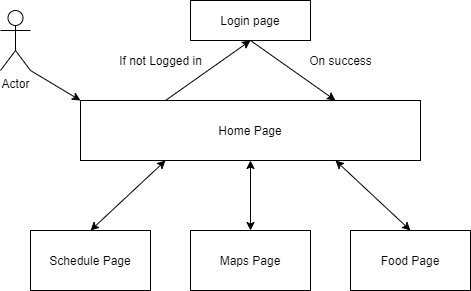
awebsters/qlink keeps this draw.io diagram as docs/front-end-basic-interaction.png. Above is the earlier version. Source tidied: cells renumbered, new cells last; positions are measured from the earlier drawing's top-left corner, leaving out a move shared by most shapes. Source of this version:
```xml
<mxGraphModel>
  <root>
    <mxCell id="0" />
    <mxCell id="1" parent="0" />
    <mxCell id="2" value="Actor" style="shape=umlActor;verticalLabelPosition=bottom;verticalAlign=top;html=1;outlineConnect=0;" parent="1" vertex="1">
      <mxGeometry y="10" width="30" height="60" as="geometry" />
    </mxCell>
    <mxCell id="3" value="Home Page" style="rounded=0;whiteSpace=wrap;html=1;" parent="1" vertex="1">
      <mxGeometry x="80" y="100" width="340" height="60" as="geometry" />
    </mxCell>
    <mxCell id="4" value="Login page" style="rounded=0;whiteSpace=wrap;html=1;" parent="1" vertex="1">
      <mxGeometry x="190" width="120" height="40" as="geometry" />
    </mxCell>
    <mxCell id="5" style="endArrow=classic;html=1;exitX=0.25;exitY=0;exitDx=0;exitDy=0;entryX=0.5;entryY=1;entryDx=0;entryDy=0;" parent="1" edge="1" source="3" target="4">
      <mxGeometry relative="1" as="geometry" />
    </mxCell>
    <mxCell id="6" value="If not Logged in" style="text;html=1;align=center;verticalAlign=middle;" parent="1" vertex="1">
      <mxGeometry x="110" y="50" width="100" height="20" as="geometry" />
    </mxCell>
    <mxCell id="7" style="endArrow=classic;html=1;exitX=0.5;exitY=1;exitDx=0;exitDy=0;entryX=0.75;entryY=0;entryDx=0;entryDy=0;" parent="1" edge="1" source="4" target="3">
      <mxGeometry relative="1" as="geometry" />
    </mxCell>
    <mxCell id="8" value="On success" style="text;html=1;align=center;verticalAlign=middle;" parent="1" vertex="1">
      <mxGeometry x="300" y="50" width="80" height="20" as="geometry" />
    </mxCell>
    <mxCell id="9" style="endArrow=classic;html=1;exitX=1;exitY=1;exitDx=0;exitDy=0;exitPerimeter=0;entryX=0;entryY=0;entryDx=0;entryDy=0;" parent="1" edge="1" source="2" target="3">
      <mxGeometry relative="1" as="geometry" />
    </mxCell>
    <mxCell id="10" value="Schedule Page" style="rounded=0;whiteSpace=wrap;html=1;" parent="1" vertex="1">
      <mxGeometry x="30" y="230" width="120" height="60" as="geometry" />
    </mxCell>
    <mxCell id="11" value="Food Page" style="rounded=0;whiteSpace=wrap;html=1;" parent="1" vertex="1">
      <mxGeometry x="350" y="230" width="120" height="60" as="geometry" />
    </mxCell>
    <mxCell id="12" value="Maps Page" style="rounded=0;whiteSpace=wrap;html=1;" parent="1" vertex="1">
      <mxGeometry x="190" y="230" width="120" height="60" as="geometry" />
    </mxCell>
    <mxCell id="13" style="endArrow=classic;startArrow=classic;html=1;entryX=0.25;entryY=1;entryDx=0;entryDy=0;exitX=0.5;exitY=0;exitDx=0;exitDy=0;" parent="1" edge="1" source="10" target="3">
      <mxGeometry relative="1" as="geometry" />
    </mxCell>
    <mxCell id="14" style="endArrow=classic;startArrow=classic;html=1;entryX=0.5;entryY=1;entryDx=0;entryDy=0;exitX=0.5;exitY=0;exitDx=0;exitDy=0;" parent="1" edge="1" source="12" target="3">
      <mxGeometry relative="1" as="geometry" />
    </mxCell>
    <mxCell id="15" style="endArrow=classic;startArrow=classic;html=1;entryX=0.75;entryY=1;entryDx=0;entryDy=0;exitX=0.5;exitY=0;exitDx=0;exitDy=0;" parent="1" edge="1" source="11" target="3">
      <mxGeometry relative="1" as="geometry" />
    </mxCell>
  </root>
</mxGraphModel>
```
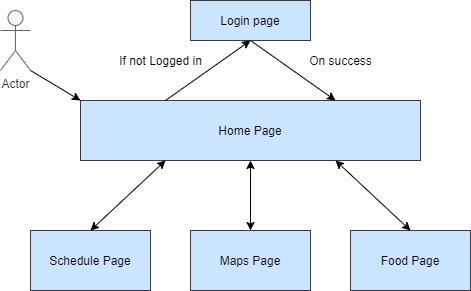
The same file after the commit.

Change to the diagram source:
```diff
@@ -2,13 +2,13 @@
   <root>
     <mxCell id="0" />
     <mxCell id="1" parent="0" />
-    <mxCell id="2" value="Actor" style="shape=umlActor;verticalLabelPosition=bottom;verticalAlign=top;html=1;outlineConnect=0;" parent="1" vertex="1">
+    <mxCell id="2" value="Actor" style="shape=umlActor;verticalLabelPosition=bottom;verticalAlign=top;html=1;outlineConnect=0;fillColor=#f5f5f5;strokeColor=#666666;fontColor=#333333;" parent="1" vertex="1">
       <mxGeometry y="10" width="30" height="60" as="geometry" />
     </mxCell>
-    <mxCell id="3" value="Home Page" style="rounded=0;whiteSpace=wrap;html=1;" parent="1" vertex="1">
+    <mxCell id="3" value="Home Page" style="rounded=0;whiteSpace=wrap;html=1;fillColor=#cce5ff;strokeColor=#36393d;" parent="1" vertex="1">
       <mxGeometry x="80" y="100" width="340" height="60" as="geometry" />
     </mxCell>
-    <mxCell id="4" value="Login page" style="rounded=0;whiteSpace=wrap;html=1;" parent="1" vertex="1">
+    <mxCell id="4" value="Login page" style="rounded=0;whiteSpace=wrap;html=1;fillColor=#cce5ff;strokeColor=#36393d;" parent="1" vertex="1">
       <mxGeometry x="190" width="120" height="40" as="geometry" />
     </mxCell>
     <mxCell id="5" style="endArrow=classic;html=1;exitX=0.25;exitY=0;exitDx=0;exitDy=0;entryX=0.5;entryY=1;entryDx=0;entryDy=0;" parent="1" edge="1" source="3" target="4">
@@ -26,13 +26,13 @@
     <mxCell id="9" style="endArrow=classic;html=1;exitX=1;exitY=1;exitDx=0;exitDy=0;exitPerimeter=0;entryX=0;entryY=0;entryDx=0;entryDy=0;" parent="1" edge="1" source="2" target="3">
       <mxGeometry relative="1" as="geometry" />
     </mxCell>
-    <mxCell id="10" value="Schedule Page" style="rounded=0;whiteSpace=wrap;html=1;" parent="1" vertex="1">
+    <mxCell id="10" value="Schedule Page" style="rounded=0;whiteSpace=wrap;html=1;fillColor=#cce5ff;strokeColor=#36393d;" parent="1" vertex="1">
       <mxGeometry x="30" y="230" width="120" height="60" as="geometry" />
     </mxCell>
-    <mxCell id="11" value="Food Page" style="rounded=0;whiteSpace=wrap;html=1;" parent="1" vertex="1">
+    <mxCell id="11" value="Food Page" style="rounded=0;whiteSpace=wrap;html=1;fillColor=#cce5ff;strokeColor=#36393d;" parent="1" vertex="1">
       <mxGeometry x="350" y="230" width="120" height="60" as="geometry" />
     </mxCell>
-    <mxCell id="12" value="Maps Page" style="rounded=0;whiteSpace=wrap;html=1;" parent="1" vertex="1">
+    <mxCell id="12" value="Maps Page" style="rounded=0;whiteSpace=wrap;html=1;fillColor=#cce5ff;strokeColor=#36393d;" parent="1" vertex="1">
       <mxGeometry x="190" y="230" width="120" height="60" as="geometry" />
     </mxCell>
     <mxCell id="13" style="endArrow=classic;startArrow=classic;html=1;entryX=0.25;entryY=1;entryDx=0;entryDy=0;exitX=0.5;exitY=0;exitDx=0;exitDy=0;" parent="1" edge="1" source="10" target="3">
```
